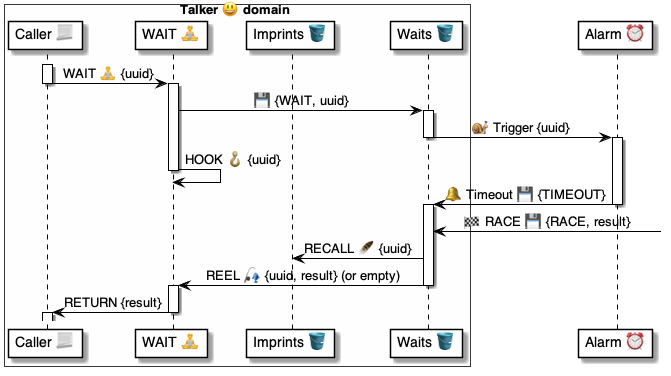
The PlantUML diagram 4 ⚙️ Solution/37 Scripts 📃/📃 Commands ⌘/⌘ for async/WAIT 🧘/🧘 WAIT ⚙️ uml.png in pollyweb-org/pollyweb-docs, before a commit. Its source is kept beside it as 4 ⚙️ Solution/37 Scripts 📃/📃 Commands ⌘/⌘ for async/WAIT 🧘/🧘 WAIT ⚙️ uml.puml.
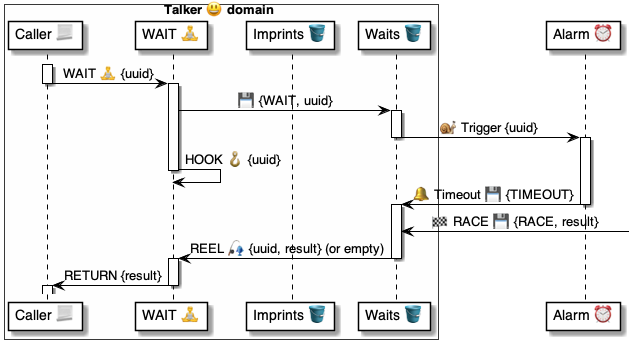
After the commit.

What changed in the source:
```diff
@@ -29,7 +29,6 @@
 
 activate waits
     waits <- : 🏁 RACE 💾 {RACE, result}
-    waits -> imprints: RECALL 🪶 {uuid}
     waits -> wait: REEL 🎣 {uuid, result} (or empty)
 deactivate waits
 
```
